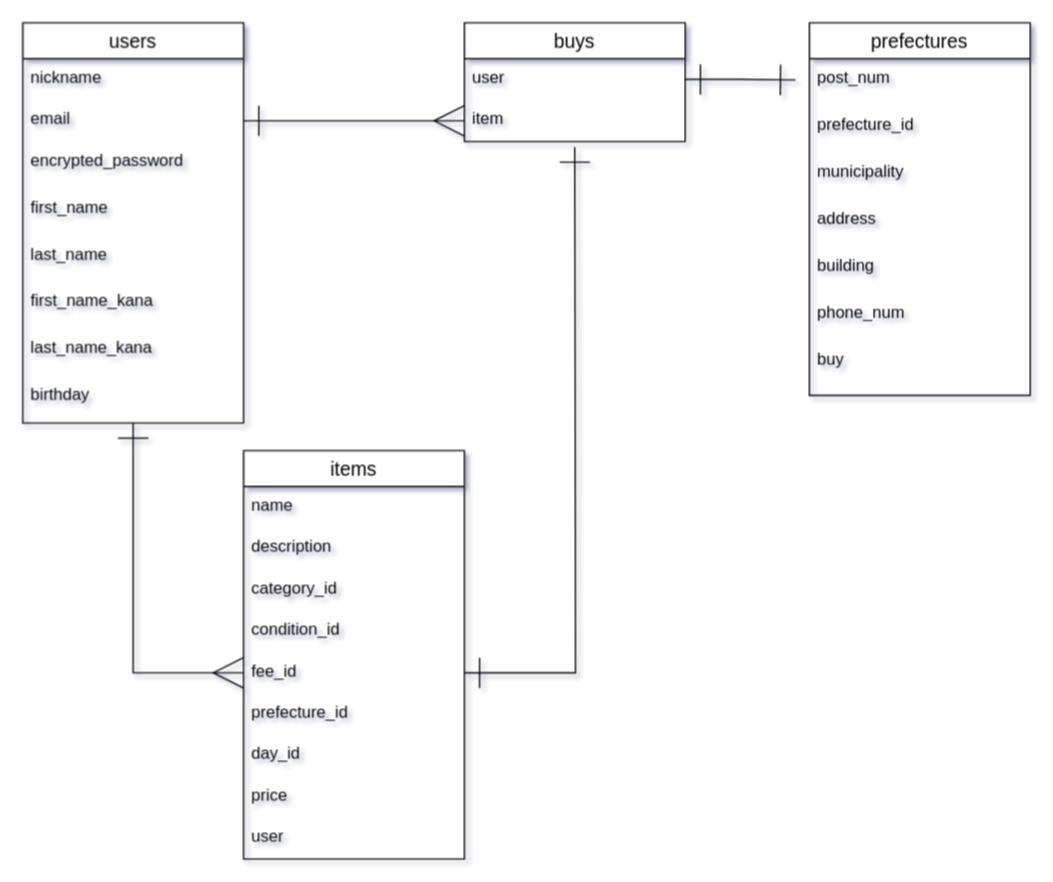
Before: test.dio in yuka7110/furima-32839, a draw.io diagram. Source tidied: cells renumbered, new cells numbered last; positions are measured from the earlier drawing's top-left corner, leaving out a move shared by most shapes. Both pictures are drawn from the tidied source at 138%, with x=0, y=0 at pixel (22, 22).
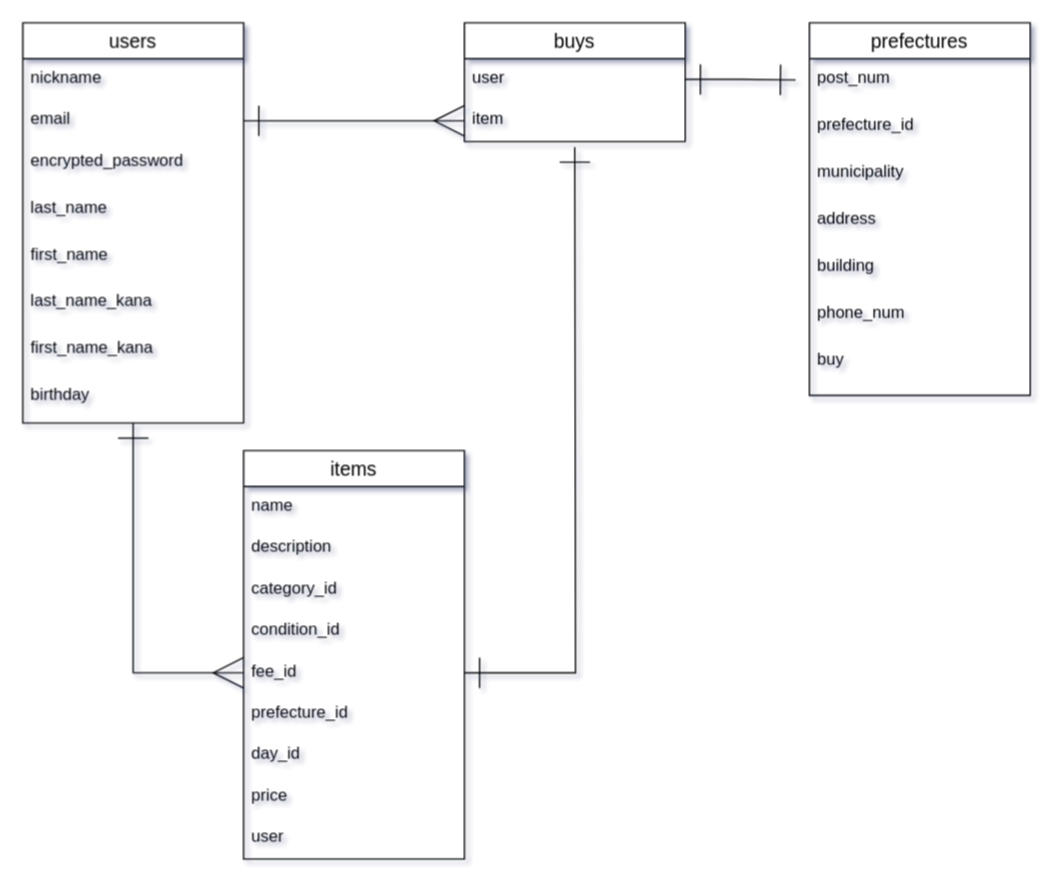
The same diagram, later.

The change refers to these unchanged cells:
```xml
<mxCell id="13" value="users" style="swimlane;fontStyle=0;horizontal=1;startSize=26;align=center;fontSize=14;" parent="1" vertex="1">
  <mxGeometry width="160" height="290" as="geometry" />
</mxCell>
```

The edit, as a diff of the source:
```diff
@@
-    <mxCell id="17" value="first_name" style="text;strokeColor=none;fillColor=none;spacingLeft=4;spacingRight=4;overflow=hidden;fontSize=12;" parent="13" vertex="1">
+    <mxCell id="17" value="last_name" style="text;strokeColor=none;fillColor=none;spacingLeft=4;spacingRight=4;overflow=hidden;fontSize=12;" parent="13" vertex="1">
       <mxGeometry y="120" width="160" height="34" as="geometry" />
     </mxCell>
-    <mxCell id="18" value="last_name" style="text;strokeColor=none;fillColor=none;spacingLeft=4;spacingRight=4;overflow=hidden;fontSize=12;" parent="13" vertex="1">
+    <mxCell id="18" value="first_name" style="text;strokeColor=none;fillColor=none;spacingLeft=4;spacingRight=4;overflow=hidden;fontSize=12;" parent="13" vertex="1">
       <mxGeometry y="154" width="160" height="34" as="geometry" />
     </mxCell>
-    <mxCell id="19" value="first_name_kana" style="text;strokeColor=none;fillColor=none;spacingLeft=4;spacingRight=4;overflow=hidden;fontSize=12;" parent="13" vertex="1">
+    <mxCell id="19" value="last_name_kana" style="text;strokeColor=none;fillColor=none;spacingLeft=4;spacingRight=4;overflow=hidden;fontSize=12;" parent="13" vertex="1">
       <mxGeometry y="188" width="160" height="34" as="geometry" />
     </mxCell>
-    <mxCell id="20" value="last_name_kana" style="text;strokeColor=none;fillColor=none;spacingLeft=4;spacingRight=4;overflow=hidden;fontSize=12;" parent="13" vertex="1">
+    <mxCell id="20" value="first_name_kana" style="text;strokeColor=none;fillColor=none;spacingLeft=4;spacingRight=4;overflow=hidden;fontSize=12;" parent="13" vertex="1">
       <mxGeometry y="222" width="160" height="34" as="geometry" />
     </mxCell>
```
